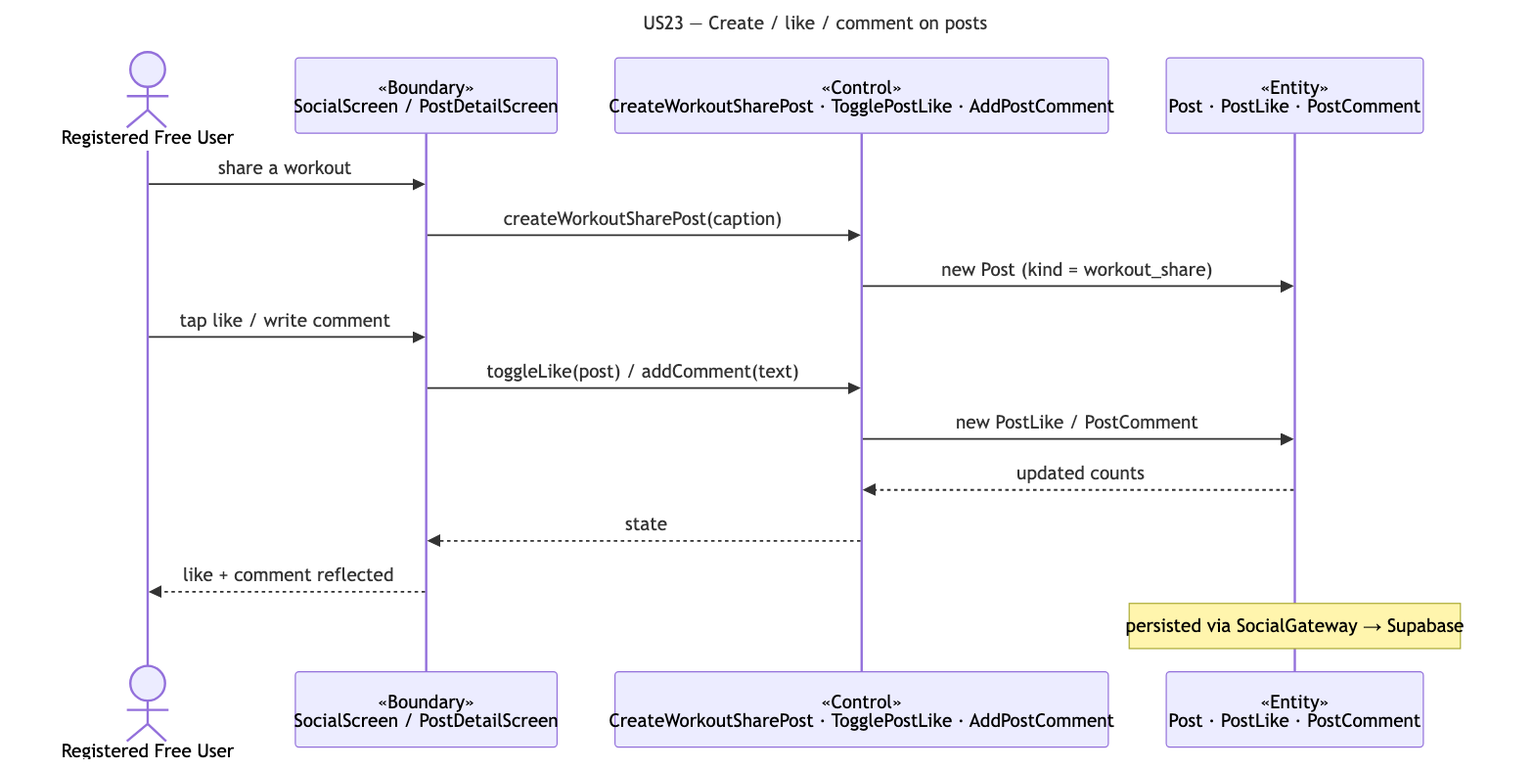
Above: docs/deliverables/sequence-diagrams/US23-post-interactions.png in cyuanjun/FYP-26-S2-37-app (Mermaid), before the change. Its source is kept beside it as docs/deliverables/sequence-diagrams/src/US23-post-interactions.mmd.
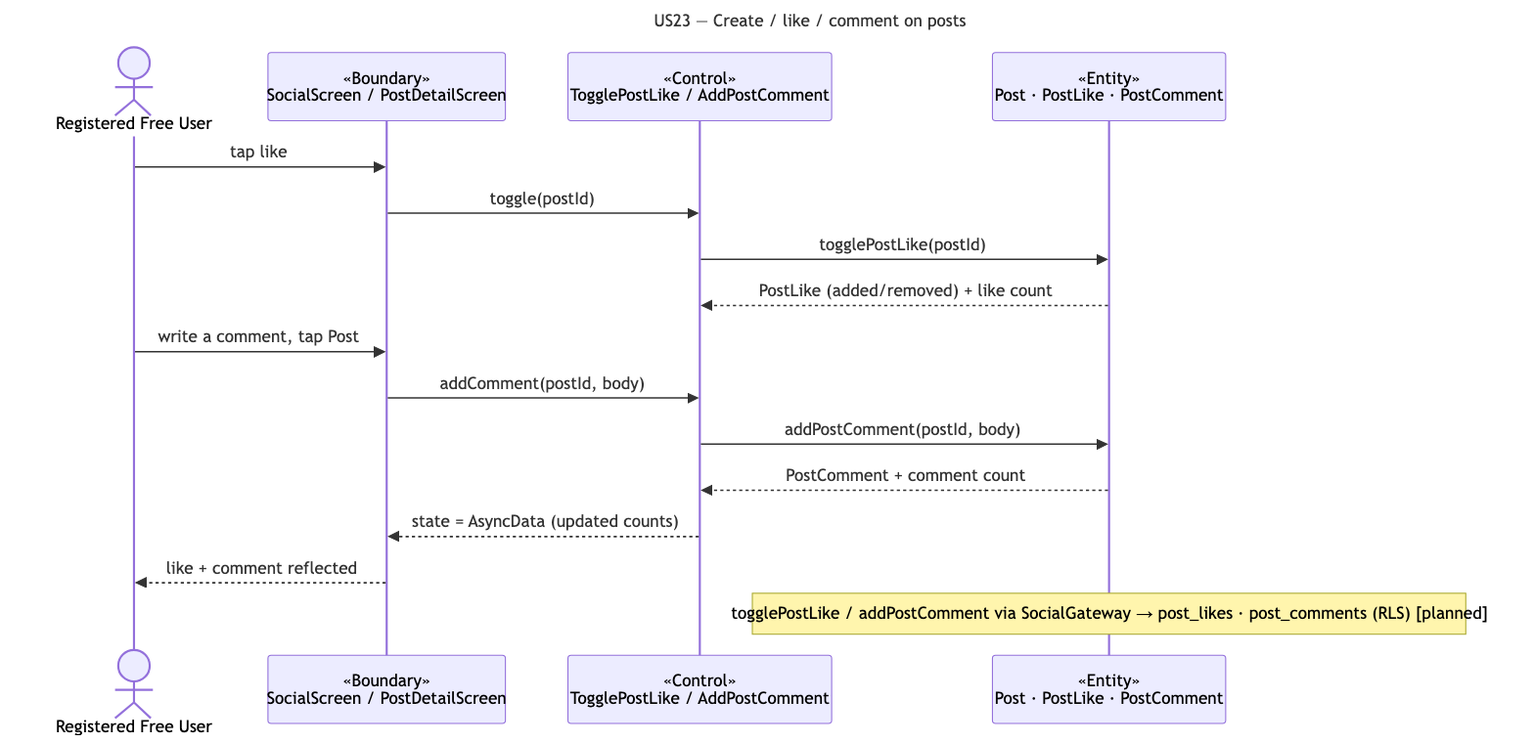
The same file after the commit.

What changed in the source:
```diff
@@ -4,15 +4,16 @@
 sequenceDiagram
   actor A as Registered Free User
   participant B as «Boundary»<br/>SocialScreen / PostDetailScreen
-  participant C as «Control»<br/>CreateWorkoutSharePost · TogglePostLike · AddPostComment
+  participant C as «Control»<br/>TogglePostLike / AddPostComment
   participant E as «Entity»<br/>Post · PostLike · PostComment
-  A->>B: share a workout
-  B->>C: createWorkoutSharePost(caption)
-  C->>E: new Post (kind = workout_share)
-  A->>B: tap like / write comment
-  B->>C: toggleLike(post) / addComment(text)
-  C->>E: new PostLike / PostComment
-  E-->>C: updated counts
-  C-->>B: state
+  A->>B: tap like
+  B->>C: toggle(postId)
+  C->>E: togglePostLike(postId)
+  E-->>C: PostLike (added/removed) + like count
+  A->>B: write a comment, tap Post
+  B->>C: addComment(postId, body)
+  C->>E: addPostComment(postId, body)
+  E-->>C: PostComment + comment count
+  C-->>B: state = AsyncData (updated counts)
   B-->>A: like + comment reflected
-  note over E: persisted via SocialGateway → Supabase
+  note over E: togglePostLike / addPostComment via SocialGateway → post_likes · post_comments (RLS) [planned]
```
